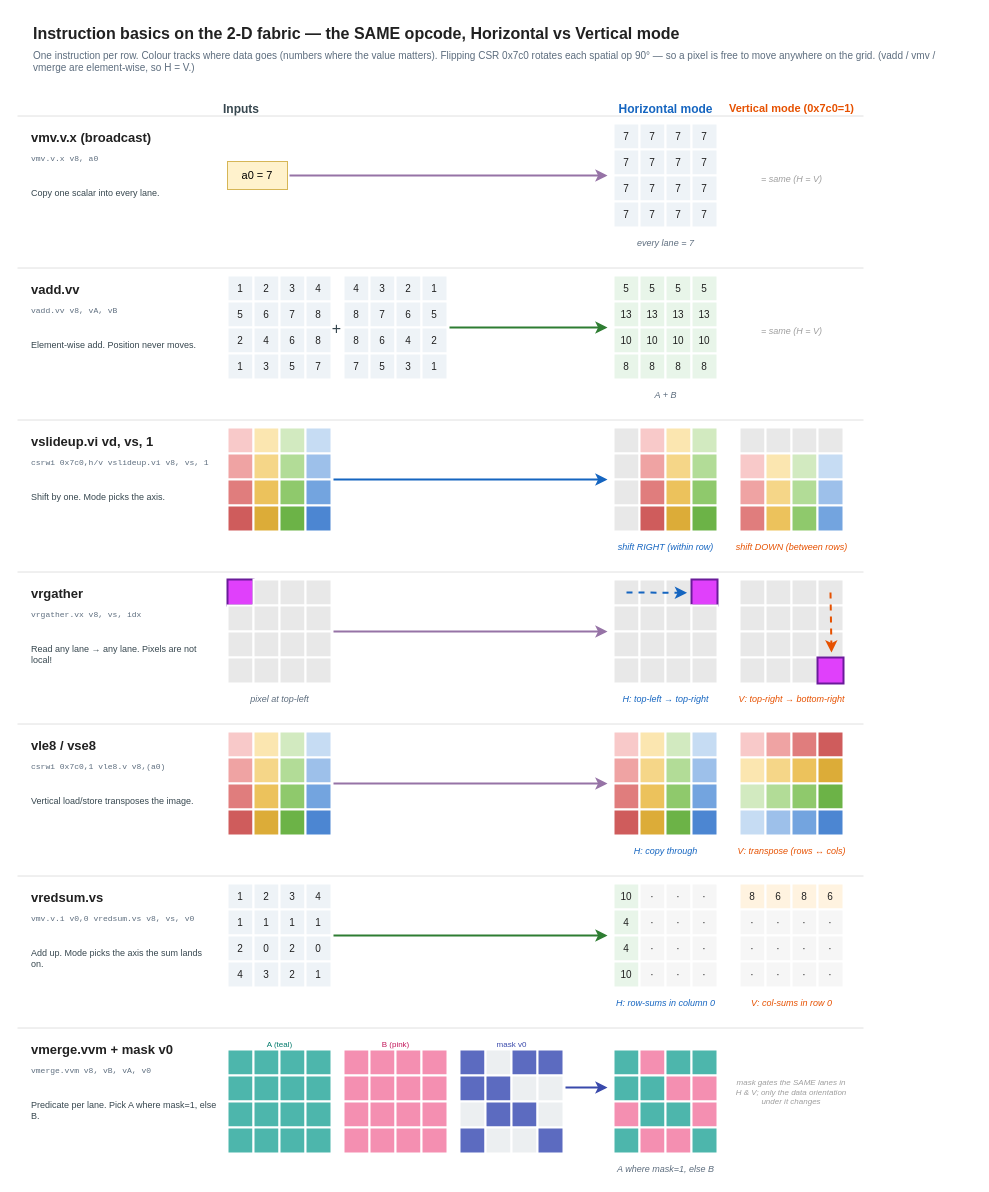
Earlier version of the draw.io diagram fyp_diagram/selected/fabric_instruction_basics.drawio (bontang828/VisionSoC). Source tidied: cells renumbered, new cells numbered last; positions are measured from the earlier drawing's top-left corner, leaving out a move shared by most shapes. Both pictures are drawn from the tidied source at 100%, with x=0, y=0 at pixel (17, 17).
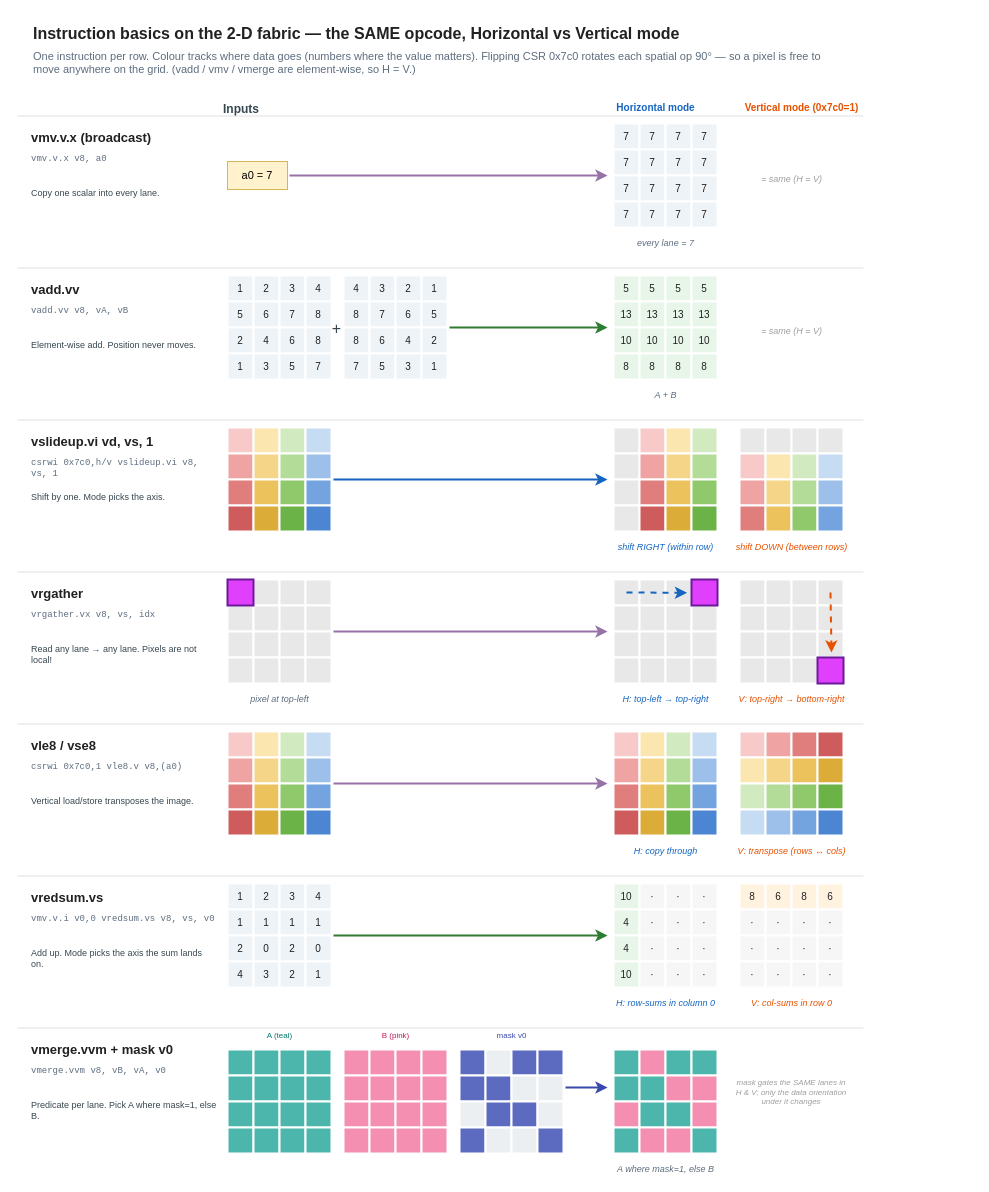
After the change.

Diff of the diagram source:
```diff
@@
-    <mxCell id="3" value="One instruction per row. Colour tracks where data goes (numbers where the value matters). Flipping CSR 0x7c0 rotates each spatial op 90° — so a pixel is free to move anywhere on the grid. (vadd / vmv / vmerge are element-wise, so H = V.)" style="text;html=1;align=left;fontSize=10;fontColor=#5D6D7E;whiteSpace=wrap;" parent="1" vertex="1">
-      <mxGeometry x="14" y="26" width="940" height="28" as="geometry" />
+    <mxCell id="3" value="One instruction per row. Colour tracks where data goes (numbers where the value matters). Flipping CSR 0x7c0 rotates each spatial op 90° — so a pixel is free to move anywhere on the grid. (vadd / vmv / vmerge are element-wise, so H = V.)" style="text;html=1;align=left;fontSize=11;fontColor=#5D6D7E;whiteSpace=wrap;" parent="1" vertex="1">
+      <mxGeometry x="14" y="26" width="799" height="28" as="geometry" />
     </mxCell>
@@
-    <mxCell id="5" value="Horizontal mode" style="text;html=1;align=center;fontSize=12;fontStyle=1;fontColor=#1565C0;" parent="1" vertex="1">
-      <mxGeometry x="590" y="78" width="116" height="20" as="geometry" />
+    <mxCell id="5" value="Horizontal mode" style="text;html=1;align=center;fontSize=10;fontStyle=1;fontColor=#1565C0;" parent="1" vertex="1">
+      <mxGeometry x="580" y="78" width="116" height="20" as="geometry" />
     </mxCell>
-    <mxCell id="6" value="Vertical mode  (0x7c0=1)" style="text;html=1;align=center;fontSize=11;fontStyle=1;fontColor=#E65100;" parent="1" vertex="1">
-      <mxGeometry x="716" y="78" width="116" height="20" as="geometry" />
+    <mxCell id="6" value="Vertical mode  (0x7c0=1)" style="text;html=1;align=center;fontSize=10;fontStyle=1;fontColor=#E65100;" parent="1" vertex="1">
+      <mxGeometry x="726" y="78" width="116" height="20" as="geometry" />
     </mxCell>
@@
-    <mxCell id="8" value="vmv.v.x v8, a0" style="text;html=1;align=left;fontSize=8;fontFamily=Courier New;fontColor=#5D6D7E;whiteSpace=wrap;" parent="1" vertex="1">
+    <mxCell id="8" value="vmv.v.x v8, a0" style="text;html=1;align=left;fontSize=9;fontFamily=Courier New;fontColor=#5D6D7E;whiteSpace=wrap;" parent="1" vertex="1">
       <mxGeometry x="12" y="130" width="188" height="30" as="geometry" />
     </mxCell>
@@
-    <mxCell id="10" style="shape=line;strokeColor=#E0E0E0;html=1;" parent="1" vertex="1">
+    <mxCell id="10" style="shape=line;strokeColor=#E0E0E0;html=1;fontSize=11;" parent="1" vertex="1">
       <mxGeometry y="98" width="846" height="1" as="geometry" />
     </mxCell>
@@
-    <mxCell id="31" value="vadd.vv v8, vA, vB" style="text;html=1;align=left;fontSize=8;fontFamily=Courier New;fontColor=#5D6D7E;whiteSpace=wrap;" parent="1" vertex="1">
+    <mxCell id="31" value="vadd.vv v8, vA, vB" style="text;html=1;align=left;fontSize=9;fontFamily=Courier New;fontColor=#5D6D7E;whiteSpace=wrap;" parent="1" vertex="1">
       <mxGeometry x="12" y="282" width="188" height="30" as="geometry" />
     </mxCell>
@@
-    <mxCell id="86" value="csrwi 0x7c0,h/v vslideup.vi v8, vs, 1" style="text;html=1;align=left;fontSize=8;fontFamily=Courier New;fontColor=#5D6D7E;whiteSpace=wrap;" parent="1" vertex="1">
+    <mxCell id="86" value="csrwi 0x7c0,h/v vslideup.vi v8, vs, 1" style="text;html=1;align=left;fontSize=9;fontFamily=Courier New;fontColor=#5D6D7E;whiteSpace=wrap;" parent="1" vertex="1">
       <mxGeometry x="12" y="434" width="188" height="30" as="geometry" />
     </mxCell>
@@
-    <mxCell id="140" value="vrgather.vx v8, vs, idx" style="text;html=1;align=left;fontSize=8;fontFamily=Courier New;fontColor=#5D6D7E;whiteSpace=wrap;" parent="1" vertex="1">
+    <mxCell id="140" value="vrgather.vx v8, vs, idx" style="text;html=1;align=left;fontSize=9;fontFamily=Courier New;fontColor=#5D6D7E;whiteSpace=wrap;" parent="1" vertex="1">
       <mxGeometry x="12" y="586" width="188" height="30" as="geometry" />
     </mxCell>
@@
-    <mxCell id="143" style="rounded=0;whiteSpace=wrap;html=1;fillColor=#E040FB;strokeColor=#6A1B9A;strokeWidth=2;fontSize=10;fontColor=#212121;" parent="1" vertex="1">
-      <mxGeometry x="210" y="562" width="26" height="26" as="geometry" />
-    </mxCell>
@@
-    <mxCell id="163" style="rounded=0;whiteSpace=wrap;html=1;fillColor=#E040FB;strokeColor=#6A1B9A;strokeWidth=2;fontSize=10;fontColor=#212121;" parent="1" vertex="1">
-      <mxGeometry x="674" y="562" width="26" height="26" as="geometry" />
-    </mxCell>
@@
-    <mxCell id="195" value="csrwi 0x7c0,1 vle8.v v8,(a0)" style="text;html=1;align=left;fontSize=8;fontFamily=Courier New;fontColor=#5D6D7E;whiteSpace=wrap;" parent="1" vertex="1">
+    <mxCell id="195" value="csrwi 0x7c0,1 vle8.v v8,(a0)" style="text;html=1;align=left;fontSize=9;fontFamily=Courier New;fontColor=#5D6D7E;whiteSpace=wrap;" parent="1" vertex="1">
       <mxGeometry x="12" y="738" width="188" height="30" as="geometry" />
     </mxCell>
@@
-    <mxCell id="249" value="vmv.v.i v0,0 vredsum.vs v8, vs, v0" style="text;html=1;align=left;fontSize=8;fontFamily=Courier New;fontColor=#5D6D7E;whiteSpace=wrap;" parent="1" vertex="1">
+    <mxCell id="249" value="vmv.v.i v0,0 vredsum.vs v8, vs, v0" style="text;html=1;align=left;fontSize=9;fontFamily=Courier New;fontColor=#5D6D7E;whiteSpace=wrap;" parent="1" vertex="1">
       <mxGeometry x="12" y="890" width="188" height="30" as="geometry" />
     </mxCell>
@@
-    <mxCell id="303" value="vmerge.vvm v8, vB, vA, v0" style="text;html=1;align=left;fontSize=8;fontFamily=Courier New;fontColor=#5D6D7E;whiteSpace=wrap;" parent="1" vertex="1">
+    <mxCell id="303" value="vmerge.vvm v8, vB, vA, v0" style="text;html=1;align=left;fontSize=9;fontFamily=Courier New;fontColor=#5D6D7E;whiteSpace=wrap;" parent="1" vertex="1">
       <mxGeometry x="12" y="1042" width="188" height="30" as="geometry" />
     </mxCell>
@@
     <mxCell id="306" value="A (teal)" style="text;html=1;align=center;fontSize=8;fontColor=#00796B;" parent="1" vertex="1">
-      <mxGeometry x="210" y="1016" width="104" height="14" as="geometry" />
+      <mxGeometry x="210" y="1007" width="104" height="14" as="geometry" />
     </mxCell>
@@
     <mxCell id="323" value="B (pink)" style="text;html=1;align=center;fontSize=8;fontColor=#C2185B;" parent="1" vertex="1">
-      <mxGeometry x="326" y="1016" width="104" height="14" as="geometry" />
+      <mxGeometry x="326" y="1007" width="104" height="14" as="geometry" />
     </mxCell>
@@
     <mxCell id="340" value="mask v0" style="text;html=1;align=center;fontSize=8;fontColor=#3949AB;" parent="1" vertex="1">
-      <mxGeometry x="442" y="1016" width="104" height="14" as="geometry" />
+      <mxGeometry x="442" y="1007" width="104" height="14" as="geometry" />
     </mxCell>
@@
+    <mxCell id="163" style="rounded=0;whiteSpace=wrap;html=1;fillColor=#E040FB;strokeColor=#6A1B9A;strokeWidth=2;fontSize=10;fontColor=#212121;" parent="1" vertex="1">
+      <mxGeometry x="674" y="562" width="26" height="26" as="geometry" />
+    </mxCell>
+    <mxCell id="143" style="rounded=0;whiteSpace=wrap;html=1;fillColor=#E040FB;strokeColor=#6A1B9A;strokeWidth=2;fontSize=10;fontColor=#212121;" parent="1" vertex="1">
+      <mxGeometry x="210" y="562" width="26" height="26" as="geometry" />
+    </mxCell>
```
